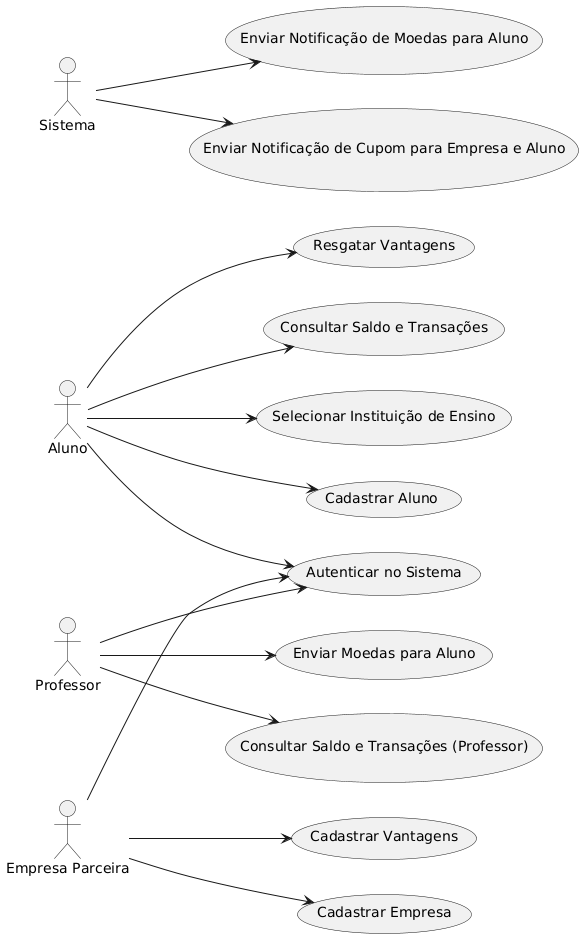
RafaMtF/LDS-Lab03 keeps this PlantUML diagram as project/img/useCaseDiagram.png. Above is the earlier version.
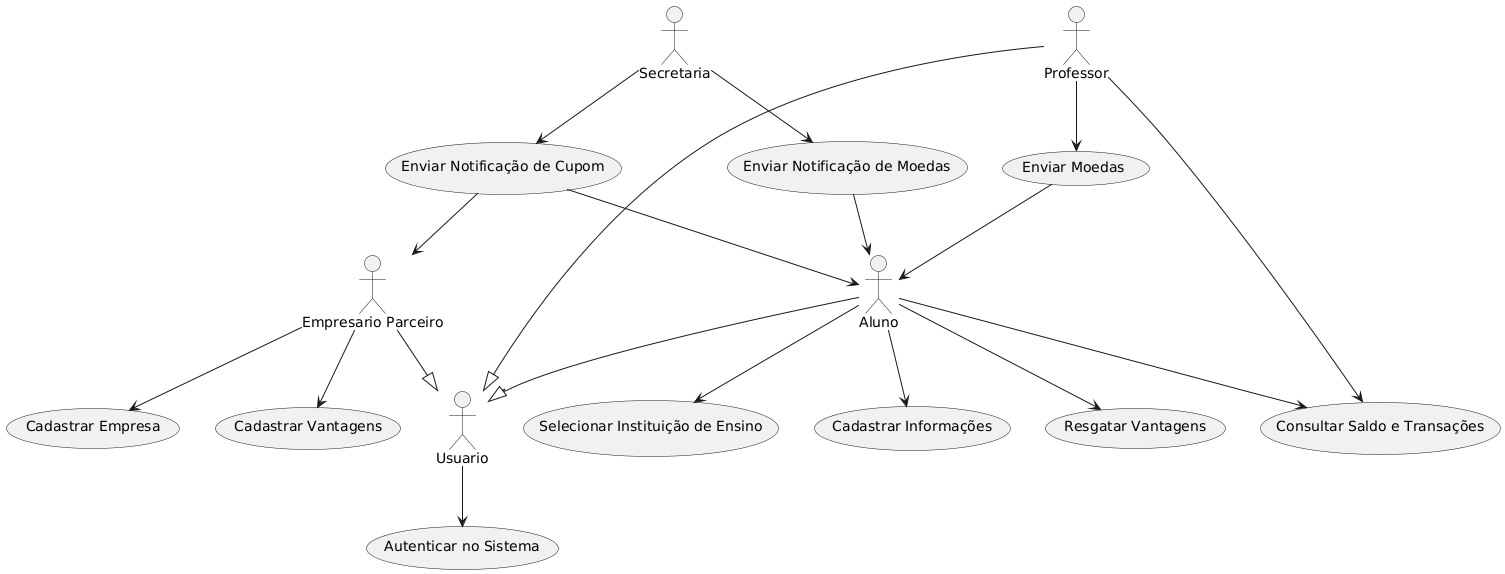
After the change.

Diff of the diagram source:
```diff
@@ -1,37 +1,42 @@
 @startuml
-left to right direction
+actor "Aluno" as aluno
+actor "Professor" as professor
+actor "Empresario Parceiro" as empresario
+actor "Secretaria" as secretaria
+"Usuario" as usuario
 
-actor "Aluno" as Aluno
-actor "Professor" as Professor
-actor "Empresa Parceira" as Empresa
-actor "Sistema" as Sistema
-
-usecase "Cadastrar Aluno" as CadastrarAluno
+usecase "Cadastrar Informações" as CadastrarInfo
 usecase "Autenticar no Sistema" as Autenticar
 usecase "Resgatar Vantagens" as ResgatarVantagens
-usecase "Consultar Saldo e Transações" as ConsultarSaldoAluno
-usecase "Enviar Moedas para Aluno" as EnviarMoedas
+usecase "Consultar Saldo e Transações" as ConsultarSaldo
+usecase "Enviar Moedas" as EnviarMoedas
 usecase "Cadastrar Empresa" as CadastrarEmpresa
 usecase "Cadastrar Vantagens" as CadastrarVantagens
-usecase "Consultar Saldo e Transações (Professor)" as ConsultarSaldoProfessor
-usecase "Enviar Notificação de Moedas para Aluno" as EnviarNotificacaoMoedas
-usecase "Enviar Notificação de Cupom para Empresa e Aluno" as EnviarNotificacaoCupom
+usecase "Enviar Notificação de Moedas" as EnviarNotificacaoMoedas
+usecase "Enviar Notificação de Cupom" as EnviarNotificacaoCupom
 usecase "Selecionar Instituição de Ensino" as SelecionarInstituicao
 
-Aluno --> CadastrarAluno
-Aluno --> Autenticar
-Aluno --> ResgatarVantagens
-Aluno --> ConsultarSaldoAluno
-Aluno --> SelecionarInstituicao
+aluno --|> usuario
+professor --|> usuario
+empresario --|> usuario
+usuario --> Autenticar
 
-Professor --> EnviarMoedas
-Professor --> ConsultarSaldoProfessor
-Professor --> Autenticar
 
-Empresa --> CadastrarEmpresa
-Empresa --> CadastrarVantagens
-Empresa --> Autenticar
+aluno --> CadastrarInfo
+aluno --> ResgatarVantagens
+aluno --> ConsultarSaldo
+aluno --> SelecionarInstituicao
 
-Sistema --> EnviarNotificacaoMoedas
-Sistema --> EnviarNotificacaoCupom
+professor --> EnviarMoedas
+professor --> ConsultarSaldo
+EnviarMoedas --> aluno
+
+empresario --> CadastrarEmpresa
+empresario --> CadastrarVantagens
+
+secretaria --> EnviarNotificacaoMoedas
+secretaria --> EnviarNotificacaoCupom
+EnviarNotificacaoMoedas --> aluno
+EnviarNotificacaoCupom --> empresario
+EnviarNotificacaoCupom --> aluno
 @enduml
```
